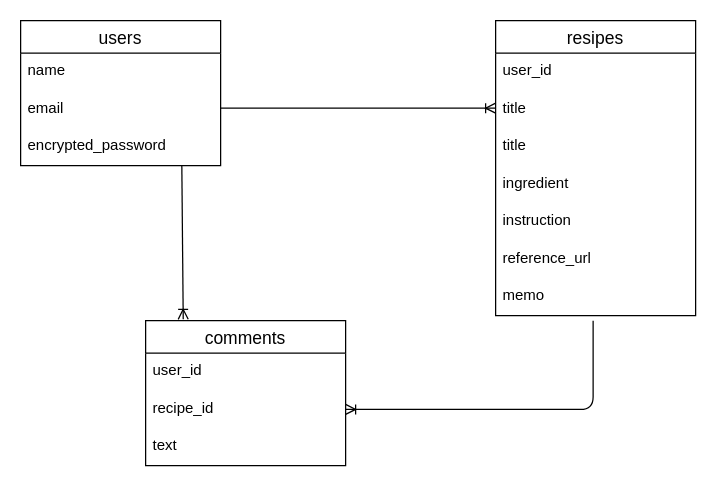
Earlier version of the draw.io diagram ER.dio (honami-f/CookDiary). Source tidied: cells renumbered, new cells numbered last; positions are measured from the earlier drawing's top-left corner, leaving out a move shared by most shapes. Both pictures are drawn from the tidied source at 125%, with x=0, y=0 at pixel (20, 20).
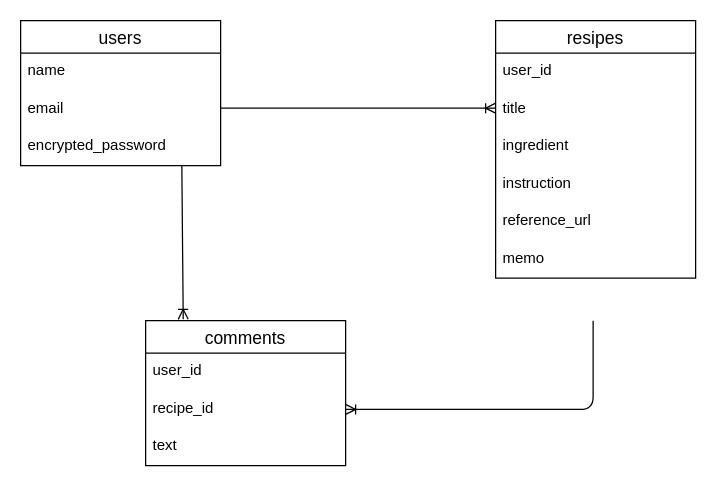
Above is the later version.

The edit, as a diff of the source:
```diff
@@
     <mxCell id="13" value="resipes" style="swimlane;fontStyle=0;horizontal=1;startSize=26;align=center;fontSize=14;" parent="1" vertex="1">
-      <mxGeometry x="380" width="160" height="236" as="geometry" />
+      <mxGeometry x="380" width="160" height="206" as="geometry" />
     </mxCell>
@@
-    <mxCell id="16" value="title" style="text;strokeColor=none;fillColor=none;spacingLeft=4;spacingRight=4;overflow=hidden;fontSize=12;" parent="13" vertex="1">
-      <mxGeometry y="86" width="160" height="30" as="geometry" />
-    </mxCell>
     <mxCell id="17" value="ingredient" style="text;strokeColor=none;fillColor=none;spacingLeft=4;spacingRight=4;overflow=hidden;fontSize=12;" parent="13" vertex="1">
-      <mxGeometry y="116" width="160" height="30" as="geometry" />
+      <mxGeometry y="86" width="160" height="30" as="geometry" />
     </mxCell>
     <mxCell id="18" value="instruction" style="text;strokeColor=none;fillColor=none;spacingLeft=4;spacingRight=4;overflow=hidden;fontSize=12;" parent="13" vertex="1">
-      <mxGeometry y="146" width="160" height="30" as="geometry" />
+      <mxGeometry y="116" width="160" height="30" as="geometry" />
     </mxCell>
     <mxCell id="19" value="reference_url" style="text;strokeColor=none;fillColor=none;spacingLeft=4;spacingRight=4;overflow=hidden;fontSize=12;" parent="13" vertex="1">
-      <mxGeometry y="176" width="160" height="30" as="geometry" />
+      <mxGeometry y="146" width="160" height="30" as="geometry" />
     </mxCell>
     <mxCell id="20" value="memo" style="text;strokeColor=none;fillColor=none;spacingLeft=4;spacingRight=4;overflow=hidden;fontSize=12;" parent="13" vertex="1">
-      <mxGeometry y="206" width="160" height="30" as="geometry" />
+      <mxGeometry y="176" width="160" height="30" as="geometry" />
     </mxCell>
```
